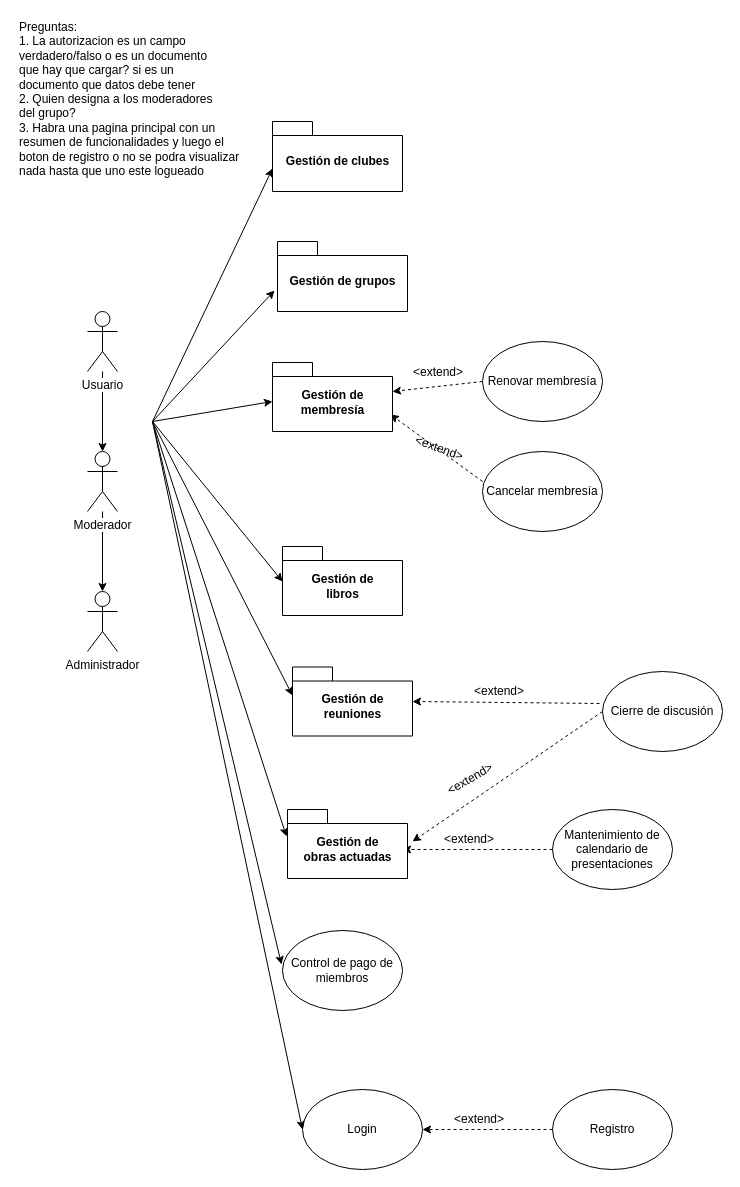
This is DB I/RC UC.drawio from NeutronBlast/IS-Ex, a draw.io file, before an edit. Source tidied: cells renumbered, new cells numbered last; positions are measured from the earlier drawing's top-left corner, leaving out a move shared by most shapes. Both pictures are drawn from the tidied source at 100%, with x=0, y=0 at pixel (17, 17).
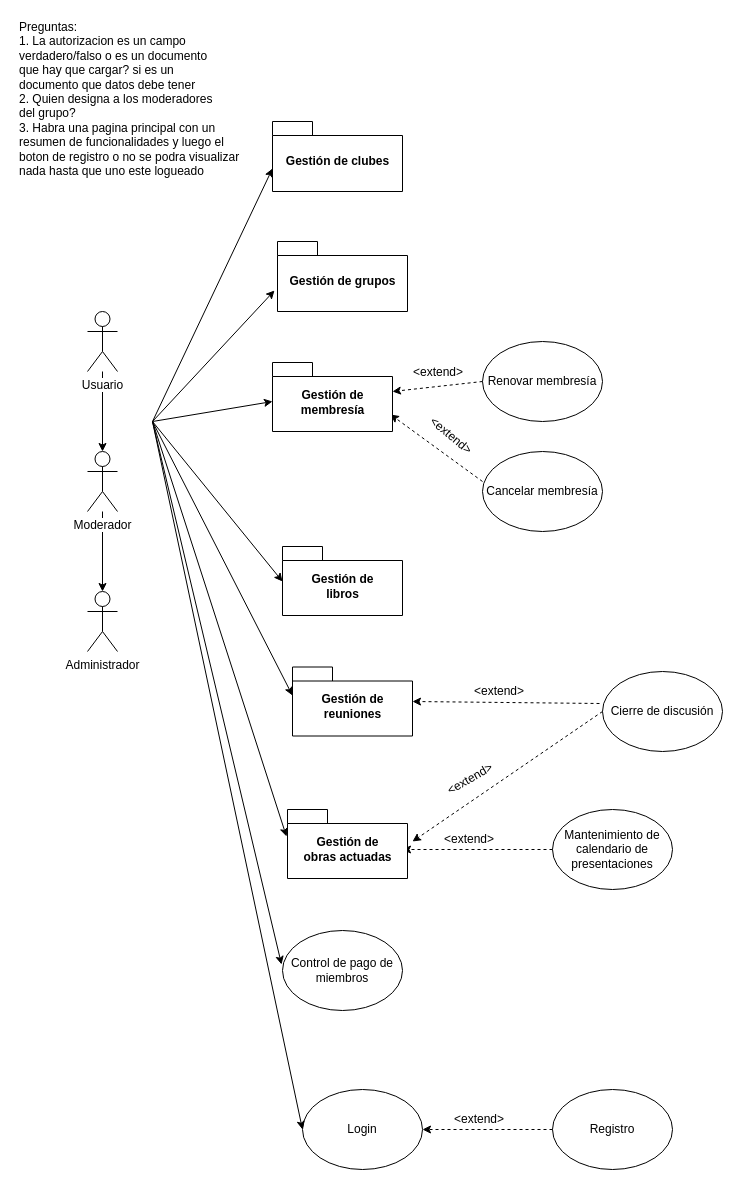
The same page after the edit.

What changed in the source:
```diff
@@
-    <mxCell id="29" value="&amp;lt;extend&amp;gt;" style="text;html=1;align=left;verticalAlign=top;spacingTop=-4;rotation=20;" parent="1" vertex="1">
-      <mxGeometry x="395" y="424" width="70" height="20" as="geometry" />
+    <mxCell id="29" value="&amp;lt;extend&amp;gt;" style="text;html=1;align=left;verticalAlign=top;spacingTop=-4;rotation=40;" parent="1" vertex="1">
+      <mxGeometry x="405" y="414" width="70" height="20" as="geometry" />
     </mxCell>
```
